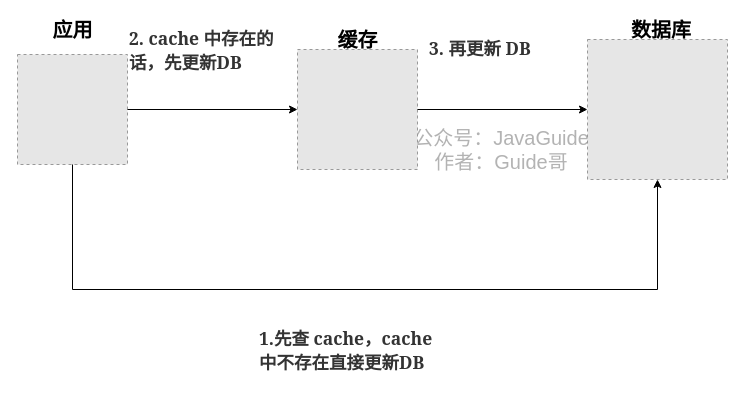
This is docs/database/Redis/images/缓存读写策略/write-through.drawio from Snailclimb/JavaGuide, a draw.io file, before an edit. Source tidied: cells renumbered, new cells numbered last; positions are measured from the earlier drawing's top-left corner, leaving out a move shared by most shapes. Both pictures are drawn from the tidied source at 100%, with x=0, y=0 at pixel (17, 19). Pictures stored in the file or linked from it are replaced by grey dashed boxes.
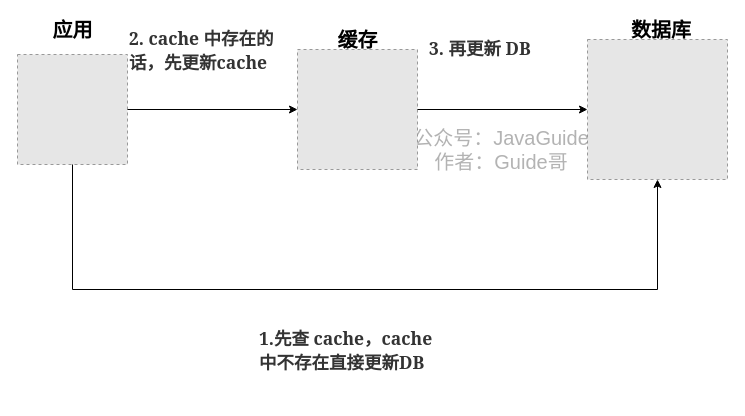
After the change.

Commit message (it also covers changes not shown here):
Redis Write Through 图片修复

Diff of the diagram source:
```diff
@@
 <mxGraphModel>
   <root>
     <mxCell id="0" />
     <mxCell id="1" parent="0" />
     <mxCell id="2" value="&lt;span style=&quot;color: rgb(51 , 51 , 51) ; font-family: &amp;#34;merriweather&amp;#34; , &amp;#34;pt serif&amp;#34; , &amp;#34;georgia&amp;#34; , &amp;#34;times new roman&amp;#34; , &amp;#34;stsong&amp;#34; , serif ; font-size: 17.5px ; font-style: normal ; letter-spacing: normal ; text-align: left ; text-indent: 0px ; text-transform: none ; word-spacing: 0px ; text-decoration: none ; display: inline ; float: none&quot;&gt;&lt;b&gt;1.先查 cache，cache 中不存在直接更新DB&lt;br&gt;&lt;/b&gt;&lt;/span&gt;" style="text;whiteSpace=wrap;html=1;fontSize=20;labelBackgroundColor=#FFFFFF;" parent="1" vertex="1">
       <mxGeometry x="240" y="300" width="190" height="80" as="geometry" />
     </mxCell>
     <mxCell id="3" value="公众号：JavaGuide&lt;br&gt;作者：Guide哥" style="text;html=1;strokeColor=none;fillColor=none;align=center;verticalAlign=middle;whiteSpace=wrap;rounded=0;labelBackgroundColor=none;fontSize=20;fontColor=#B3B3B3;" parent="1" vertex="1">
       <mxGeometry x="383.5" y="120" width="200" height="20" as="geometry" />
     </mxCell>
     <mxCell id="4" style="group;" parent="1" vertex="1">
       <mxGeometry x="280" y="10" width="120" height="140" as="geometry" />
     </mxCell>
     <mxCell id="5" style="fillColor=#E6E6E6;strokeColor=#999999;dashed=1;verticalLabelPosition=bottom;labelBackgroundColor=#ffffff;verticalAlign=top;" parent="4" vertex="1">
       <mxGeometry y="20" width="120" height="120" as="geometry" />
     </mxCell>
     <mxCell id="6" value="缓存" style="text;html=1;strokeColor=none;fillColor=none;align=center;verticalAlign=middle;whiteSpace=wrap;rounded=0;fontSize=20;fontStyle=1;" parent="4" vertex="1">
       <mxGeometry x="24.5" width="71" height="20" as="geometry" />
     </mxCell>
     <mxCell id="7" style="group;" parent="1" vertex="1">
       <mxGeometry x="570" width="140" height="160" as="geometry" />
     </mxCell>
     <mxCell id="8" style="fillColor=#E6E6E6;strokeColor=#999999;dashed=1;verticalLabelPosition=bottom;labelBackgroundColor=#ffffff;verticalAlign=top;" parent="7" vertex="1">
       <mxGeometry y="20" width="140" height="140" as="geometry" />
     </mxCell>
     <mxCell id="9" value="数据库" style="text;html=1;strokeColor=none;fillColor=none;align=center;verticalAlign=middle;whiteSpace=wrap;rounded=0;fontSize=20;fontStyle=1;" parent="7" vertex="1">
       <mxGeometry x="29" width="90" height="20" as="geometry" />
     </mxCell>
     <mxCell id="10" style="group;" parent="1" vertex="1">
       <mxGeometry width="110" height="145" as="geometry" />
     </mxCell>
     <mxCell id="11" style="fillColor=#E6E6E6;strokeColor=#999999;dashed=1;verticalLabelPosition=bottom;labelBackgroundColor=#ffffff;verticalAlign=top;" parent="10" vertex="1">
       <mxGeometry y="35" width="110" height="110" as="geometry" />
     </mxCell>
     <mxCell id="12" value="应用" style="text;html=1;strokeColor=none;fillColor=none;align=center;verticalAlign=middle;whiteSpace=wrap;rounded=0;fontSize=20;fontStyle=1;" parent="10" vertex="1">
       <mxGeometry x="21.5" width="67" height="20" as="geometry" />
     </mxCell>
     <mxCell id="13" style="edgeStyle=orthogonalEdgeStyle;rounded=0;jettySize=auto;html=1;" parent="1" edge="1" source="11" target="5">
       <mxGeometry relative="1" as="geometry" />
     </mxCell>
     <mxCell id="14" style="edgeStyle=orthogonalEdgeStyle;rounded=0;jettySize=auto;html=1;" parent="1" edge="1" source="5" target="8">
       <mxGeometry relative="1" as="geometry" />
     </mxCell>
     <mxCell id="15" style="edgeStyle=orthogonalEdgeStyle;rounded=0;jettySize=auto;html=1;entryX=0.5;entryY=1;entryDx=0;entryDy=0;" parent="1" edge="1" source="11" target="8">
       <mxGeometry relative="1" as="geometry">
         <Array as="points">
           <mxPoint x="55" y="270" />
           <mxPoint x="640" y="270" />
         </Array>
       </mxGeometry>
     </mxCell>
-    <mxCell id="16" value="&lt;span style=&quot;color: rgb(51 , 51 , 51) ; font-family: &amp;#34;merriweather&amp;#34; , &amp;#34;pt serif&amp;#34; , &amp;#34;georgia&amp;#34; , &amp;#34;times new roman&amp;#34; , &amp;#34;stsong&amp;#34; , serif ; font-size: 17.5px ; font-style: normal ; letter-spacing: normal ; text-align: left ; text-indent: 0px ; text-transform: none ; word-spacing: 0px ; text-decoration: none ; display: inline ; float: none&quot;&gt;&lt;b&gt;2. cache 中存在的话，先更新DB&lt;br&gt;&lt;/b&gt;&lt;/span&gt;" style="text;whiteSpace=wrap;html=1;fontSize=20;labelBackgroundColor=#FFFFFF;" parent="1" vertex="1">
+    <mxCell id="16" value="&lt;span style=&quot;color: rgb(51 , 51 , 51) ; font-family: &amp;#34;merriweather&amp;#34; , &amp;#34;pt serif&amp;#34; , &amp;#34;georgia&amp;#34; , &amp;#34;times new roman&amp;#34; , &amp;#34;stsong&amp;#34; , serif ; font-size: 17.5px ; font-style: normal ; letter-spacing: normal ; text-align: left ; text-indent: 0px ; text-transform: none ; word-spacing: 0px ; text-decoration: none ; display: inline ; float: none&quot;&gt;&lt;b&gt;2. cache 中存在的话，先更新cache&lt;br&gt;&lt;/b&gt;&lt;/span&gt;" style="text;whiteSpace=wrap;html=1;fontSize=20;labelBackgroundColor=#FFFFFF;" parent="1" vertex="1">
       <mxGeometry x="110" width="160" height="80" as="geometry" />
     </mxCell>
     <mxCell id="17" value="&lt;span style=&quot;color: rgb(51 , 51 , 51) ; font-family: &amp;#34;merriweather&amp;#34; , &amp;#34;pt serif&amp;#34; , &amp;#34;georgia&amp;#34; , &amp;#34;times new roman&amp;#34; , &amp;#34;stsong&amp;#34; , serif ; font-size: 17.5px ; font-style: normal ; letter-spacing: normal ; text-align: left ; text-indent: 0px ; text-transform: none ; word-spacing: 0px ; text-decoration: none ; display: inline ; float: none&quot;&gt;&lt;b&gt;3. 再更新 DB&lt;br&gt;&lt;/b&gt;&lt;/span&gt;" style="text;whiteSpace=wrap;html=1;fontSize=20;labelBackgroundColor=#FFFFFF;" parent="1" vertex="1">
       <mxGeometry x="410" y="10" width="160" height="80" as="geometry" />
     </mxCell>
   </root>
 </mxGraphModel>
```
